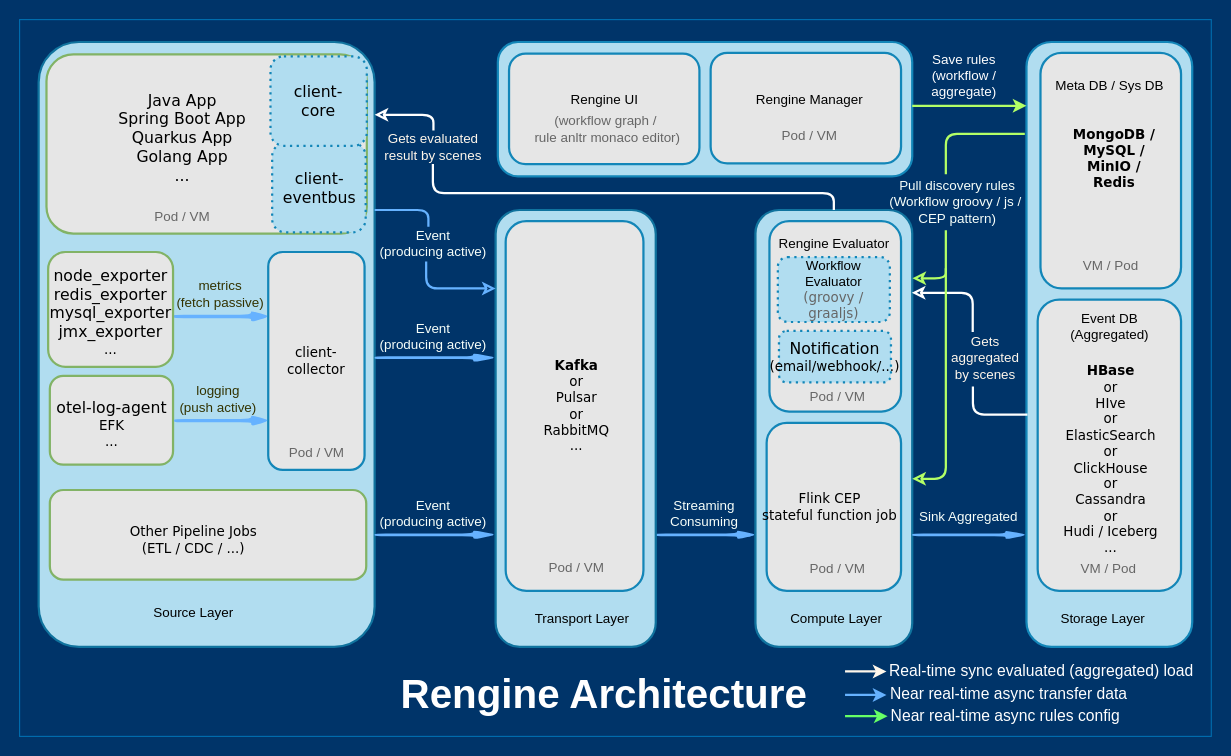
Above: docs/shots/rengine_architecture.drawio in wl4g/rengine (draw.io), before the change. Source tidied: cells renumbered, new cells numbered last; positions are measured from the earlier drawing's top-left corner, leaving out a move shared by most shapes. Both pictures are drawn from the tidied source at 112%, with x=0, y=0 at pixel (19, 19).
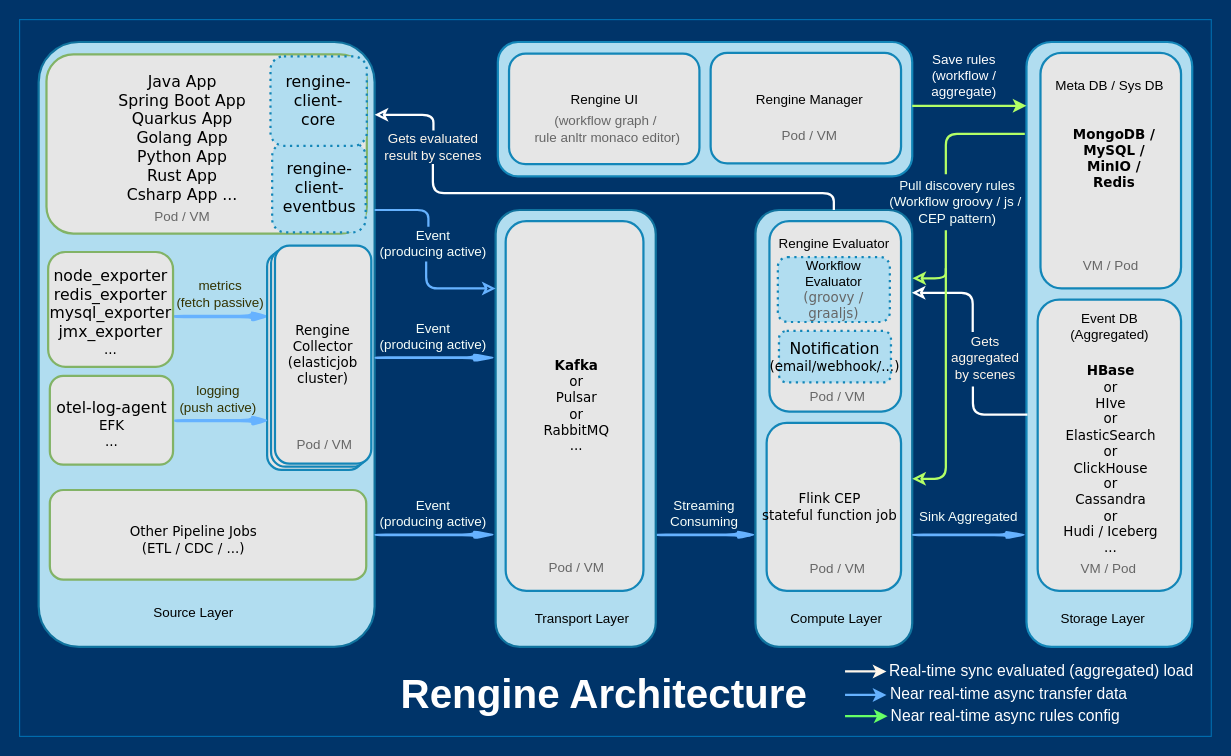
Above is the later version.

The edit, as a diff of the source:
```diff
@@
-    <mxCell id="8" value="&lt;font color=&quot;#000000&quot;&gt;&lt;font style=&quot;font-size: 14px&quot;&gt;client-eventbus&lt;/font&gt;&lt;br&gt;&lt;/font&gt;" style="whiteSpace=wrap;html=1;dashed=1;strokeWidth=2;fontFamily=Verdana;fontSize=12;fillColor=#b1ddf0;strokeColor=#1386B8;dashPattern=1 2;rounded=1;" parent="1" vertex="1">
+    <mxCell id="8" value="&lt;font color=&quot;#000000&quot;&gt;&lt;font style=&quot;font-size: 14px&quot;&gt;rengine-&lt;br&gt;client-eventbus&lt;/font&gt;&lt;br&gt;&lt;/font&gt;" style="whiteSpace=wrap;html=1;dashed=1;strokeWidth=2;fontFamily=Verdana;fontSize=12;fillColor=#b1ddf0;strokeColor=#1386B8;dashPattern=1 2;rounded=1;" parent="1" vertex="1">
       <mxGeometry x="225.5" y="110" width="83.5" height="80" as="geometry" />
     </mxCell>
@@
-    <mxCell id="14" value="&lt;font color=&quot;#000000&quot;&gt;&lt;font style=&quot;font-size: 14px&quot;&gt;client-&lt;br&gt;core&lt;/font&gt;&lt;br&gt;&lt;/font&gt;" style="whiteSpace=wrap;html=1;dashed=1;strokeWidth=2;fontFamily=Verdana;fontSize=12;fillColor=#b1ddf0;strokeColor=#1386B8;dashPattern=1 2;rounded=1;" parent="1" vertex="1">
+    <mxCell id="14" value="&lt;font color=&quot;#000000&quot;&gt;&lt;font style=&quot;font-size: 14px&quot;&gt;rengine-&lt;br&gt;client-&lt;br&gt;core&lt;/font&gt;&lt;br&gt;&lt;/font&gt;" style="whiteSpace=wrap;html=1;dashed=1;strokeWidth=2;fontFamily=Verdana;fontSize=12;fillColor=#b1ddf0;strokeColor=#1386B8;dashPattern=1 2;rounded=1;" parent="1" vertex="1">
       <mxGeometry x="224" y="32.8" width="86" height="79.9" as="geometry" />
     </mxCell>
@@
-    <mxCell id="16" value="&lt;font style=&quot;font-size: 14px&quot;&gt;&lt;span style=&quot;font-family: &amp;#34;verdana&amp;#34;&quot;&gt;Java App&lt;/span&gt;&lt;span style=&quot;font-family: &amp;#34;verdana&amp;#34;&quot;&gt;&lt;br&gt;Spring Boot App&lt;br&gt;&lt;/span&gt;&lt;span style=&quot;font-family: &amp;#34;verdana&amp;#34;&quot;&gt;Quarkus App&lt;br&gt;Golang App&lt;br&gt;&lt;/span&gt;&lt;span style=&quot;font-family: &amp;#34;verdana&amp;#34;&quot;&gt;...&lt;/span&gt;&lt;br&gt;&lt;/font&gt;" style="text;html=1;align=center;verticalAlign=middle;strokeColor=none;fillColor=none;rounded=1;" parent="1" vertex="1">
-      <mxGeometry x="89.5" y="66" width="110" height="80" as="geometry" />
+    <mxCell id="16" value="&lt;font style=&quot;font-size: 14px&quot;&gt;&lt;span style=&quot;font-family: &amp;#34;verdana&amp;#34;&quot;&gt;Java App&lt;/span&gt;&lt;span style=&quot;font-family: &amp;#34;verdana&amp;#34;&quot;&gt;&lt;br&gt;Spring Boot App&lt;br&gt;&lt;/span&gt;&lt;span style=&quot;font-family: &amp;#34;verdana&amp;#34;&quot;&gt;Quarkus App&lt;br&gt;Golang App&lt;br&gt;&lt;/span&gt;&lt;span style=&quot;font-family: &amp;#34;verdana&amp;#34;&quot;&gt;Python App&lt;br&gt;Rust App&lt;br&gt;Csharp App ...&lt;/span&gt;&lt;br&gt;&lt;/font&gt;" style="text;html=1;align=center;verticalAlign=middle;strokeColor=none;fillColor=none;rounded=1;" parent="1" vertex="1">
+      <mxGeometry x="89.5" y="51" width="110" height="110" as="geometry" />
     </mxCell>
@@
-    <mxCell id="37" value="&lt;font color=&quot;#000000&quot;&gt;client-&lt;br&gt;collector&lt;br&gt;&lt;/font&gt;" style="whiteSpace=wrap;html=1;strokeColor=#1386B8;strokeWidth=2;fillColor=#E6E6E6;fontFamily=Verdana;fontSize=12;fontColor=#00BEF2;rounded=1;" parent="1" vertex="1">
-      <mxGeometry x="222" y="207.5" width="86" height="194.5" as="geometry" />
+    <mxCell id="37" value="&lt;font color=&quot;#000000&quot;&gt;&lt;br&gt;&lt;/font&gt;" style="whiteSpace=wrap;html=1;strokeColor=#1386B8;strokeWidth=2;fillColor=#E6E6E6;fontFamily=Verdana;fontSize=12;fontColor=#00BEF2;rounded=1;" parent="1" vertex="1">
+      <mxGeometry x="221" y="207.5" width="86" height="194.5" as="geometry" />
     </mxCell>
@@
-    <mxCell id="78" value="&lt;font color=&quot;#666666&quot;&gt;Pod / VM&lt;/font&gt;" style="text;html=1;align=center;verticalAlign=middle;strokeColor=none;fillColor=none;" parent="1" vertex="1">
-      <mxGeometry x="235" y="377.4" width="60" height="20" as="geometry" />
-    </mxCell>
@@
+    <mxCell id="84" value="&lt;font color=&quot;#000000&quot;&gt;&lt;br&gt;&lt;/font&gt;" style="whiteSpace=wrap;html=1;strokeColor=#1386B8;strokeWidth=2;fillColor=#E6E6E6;fontFamily=Verdana;fontSize=12;fontColor=#00BEF2;rounded=1;" parent="1" vertex="1">
+      <mxGeometry x="224.5" y="204.7" width="86" height="194.5" as="geometry" />
+    </mxCell>
+    <mxCell id="85" value="&lt;font color=&quot;#000000&quot;&gt;Rengine Collector&lt;br&gt;(elasticjob &lt;br&gt;&lt;/font&gt;&lt;span style=&quot;color: rgb(0 , 0 , 0)&quot;&gt;cluster&lt;/span&gt;&lt;font color=&quot;#000000&quot;&gt;)&lt;br&gt;&lt;/font&gt;" style="whiteSpace=wrap;html=1;strokeColor=#1386B8;strokeWidth=2;fillColor=#E6E6E6;fontFamily=Verdana;fontSize=12;fontColor=#00BEF2;rounded=1;" parent="1" vertex="1">
+      <mxGeometry x="228" y="201.9" width="86" height="194.5" as="geometry" />
+    </mxCell>
+    <mxCell id="78" value="&lt;font color=&quot;#666666&quot;&gt;Pod / VM&lt;/font&gt;" style="text;html=1;align=center;verticalAlign=middle;strokeColor=none;fillColor=none;" parent="1" vertex="1">
+      <mxGeometry x="242" y="370" width="60" height="20" as="geometry" />
+    </mxCell>
```
